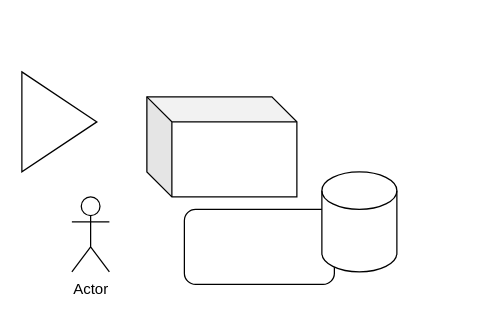
This is drawio-assets/test.drawio from suyu-hash/github_actions_test, a draw.io file, before an edit. Source tidied: cells renumbered, new cells numbered last; positions are measured from the earlier drawing's top-left corner, leaving out a move shared by most shapes. Both pictures are drawn from the tidied source at 125%, with x=0, y=0 at pixel (21, 71).
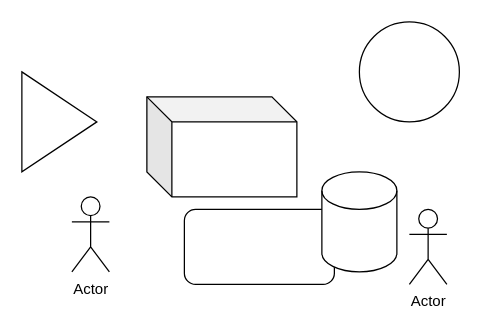
Above is the later version.

What changed in the source:
```diff
@@
 <mxGraphModel>
   <root>
     <mxCell id="0" />
     <mxCell id="1" parent="0" />
     <mxCell id="2" style="rounded=1;whiteSpace=wrap;html=1;" parent="1" vertex="1">
       <mxGeometry x="130" y="110" width="120" height="60" as="geometry" />
     </mxCell>
     <mxCell id="3" style="triangle;whiteSpace=wrap;html=1;" parent="1" vertex="1">
       <mxGeometry width="60" height="80" as="geometry" />
     </mxCell>
     <mxCell id="4" style="shape=cylinder3;whiteSpace=wrap;html=1;boundedLbl=1;backgroundOutline=1;size=15;" parent="1" vertex="1">
       <mxGeometry x="240" y="80" width="60" height="80" as="geometry" />
     </mxCell>
     <mxCell id="5" value="Actor" style="shape=umlActor;verticalLabelPosition=bottom;verticalAlign=top;html=1;" parent="1" vertex="1">
       <mxGeometry x="40" y="100" width="30" height="60" as="geometry" />
     </mxCell>
     <mxCell id="6" style="shape=cube;whiteSpace=wrap;html=1;boundedLbl=1;backgroundOutline=1;darkOpacity=0.05;darkOpacity2=0.1;" parent="1" vertex="1">
       <mxGeometry x="100" y="20" width="120" height="80" as="geometry" />
     </mxCell>
+    <mxCell id="7" style="ellipse;whiteSpace=wrap;html=1;" parent="1" vertex="1">
+      <mxGeometry x="270" y="-40" width="80" height="80" as="geometry" />
+    </mxCell>
+    <mxCell id="8" value="Actor" style="shape=umlActor;verticalLabelPosition=bottom;verticalAlign=top;html=1;" parent="1" vertex="1">
+      <mxGeometry x="310" y="110" width="30" height="60" as="geometry" />
+    </mxCell>
   </root>
 </mxGraphModel>
```
